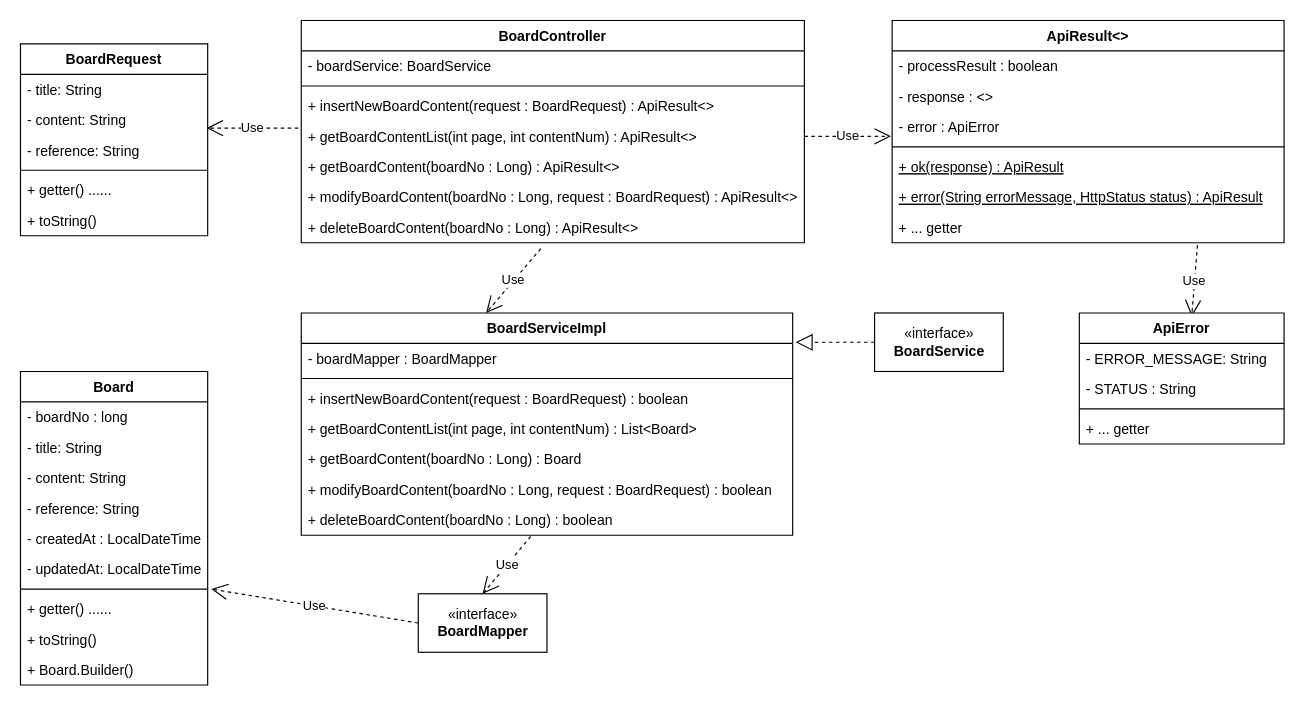
This is keepsd.drawio from GentleDot/keepsd, a draw.io file, before an edit. Source tidied: cells renumbered, new cells numbered last; positions are measured from the earlier drawing's top-left corner, leaving out a move shared by most shapes. Both pictures are drawn from the tidied source at 117%, with x=0, y=0 at pixel (20, 20).
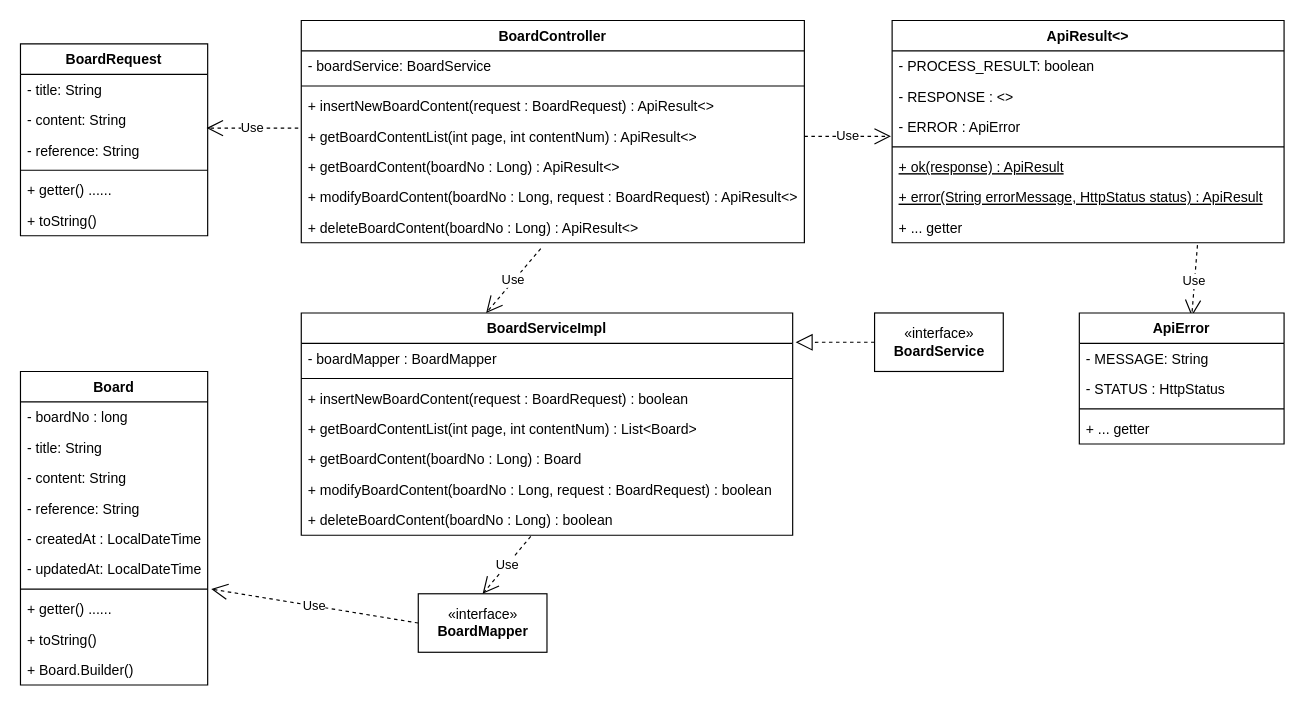
The same diagram, later.

Commit message (it also covers changes not shown here):
KeepSD_board - Response 객체 생성 (ApiResult, ApiError)

Unchanged cells that the change refers to:
```xml
<mxCell id="44" value="ApiResult&lt;&gt;" style="swimlane;fontStyle=1;align=center;verticalAlign=top;horizontal=1;startSize=26;" parent="1" vertex="1">
  <mxGeometry x="745" width="335" height="190" as="geometry" />
</mxCell>
<mxCell id="53" value="ApiError" style="swimlane;fontStyle=1;align=center;verticalAlign=top;horizontal=1;startSize=26;" parent="1" vertex="1">
  <mxGeometry x="905" y="250" width="175" height="112" as="geometry" />
</mxCell>
```

Change to the diagram source:
```diff
@@
-    <mxCell id="45" value="- processResult : boolean" style="text;strokeColor=none;fillColor=none;align=left;verticalAlign=top;spacingLeft=4;spacingRight=4;overflow=hidden;" parent="44" vertex="1">
+    <mxCell id="45" value="- PROCESS_RESULT: boolean" style="text;strokeColor=none;fillColor=none;align=left;verticalAlign=top;spacingLeft=4;spacingRight=4;overflow=hidden;" parent="44" vertex="1">
       <mxGeometry y="26" width="335" height="26" as="geometry" />
     </mxCell>
-    <mxCell id="46" value="- response : &lt;&gt;" style="text;strokeColor=none;fillColor=none;align=left;verticalAlign=top;spacingLeft=4;spacingRight=4;overflow=hidden;" parent="44" vertex="1">
+    <mxCell id="46" value="- RESPONSE : &lt;&gt;" style="text;strokeColor=none;fillColor=none;align=left;verticalAlign=top;spacingLeft=4;spacingRight=4;overflow=hidden;" parent="44" vertex="1">
       <mxGeometry y="52" width="335" height="26" as="geometry" />
     </mxCell>
-    <mxCell id="47" value="- error : ApiError" style="text;strokeColor=none;fillColor=none;align=left;verticalAlign=top;spacingLeft=4;spacingRight=4;overflow=hidden;" parent="44" vertex="1">
+    <mxCell id="47" value="- ERROR : ApiError" style="text;strokeColor=none;fillColor=none;align=left;verticalAlign=top;spacingLeft=4;spacingRight=4;overflow=hidden;" parent="44" vertex="1">
       <mxGeometry y="78" width="335" height="26" as="geometry" />
     </mxCell>
@@
-    <mxCell id="54" value="- ERROR_MESSAGE: String" style="text;strokeColor=none;fillColor=none;align=left;verticalAlign=top;spacingLeft=4;spacingRight=4;overflow=hidden;fontStyle=0;" parent="53" vertex="1">
+    <mxCell id="54" value="- MESSAGE: String" style="text;strokeColor=none;fillColor=none;align=left;verticalAlign=top;spacingLeft=4;spacingRight=4;overflow=hidden;fontStyle=0;" parent="53" vertex="1">
       <mxGeometry y="26" width="175" height="26" as="geometry" />
     </mxCell>
-    <mxCell id="55" value="- STATUS : String" style="text;strokeColor=none;fillColor=none;align=left;verticalAlign=top;spacingLeft=4;spacingRight=4;overflow=hidden;fontStyle=0;" parent="53" vertex="1">
+    <mxCell id="55" value="- STATUS : HttpStatus" style="text;strokeColor=none;fillColor=none;align=left;verticalAlign=top;spacingLeft=4;spacingRight=4;overflow=hidden;fontStyle=0;" parent="53" vertex="1">
       <mxGeometry y="52" width="175" height="26" as="geometry" />
     </mxCell>
```
